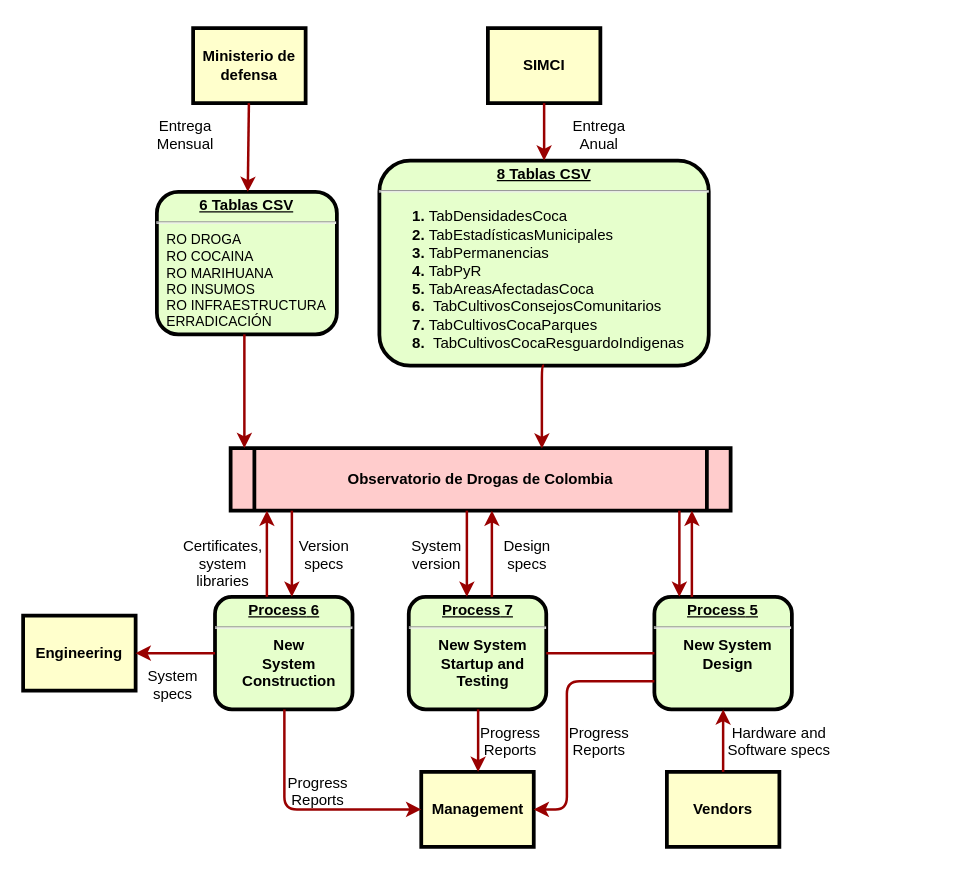
Above: Flujo de infor.drawio in luisedchaf/Drawio (draw.io), before the change. Source tidied: cells renumbered, new cells numbered last; positions are measured from the earlier drawing's top-left corner, leaving out a move shared by most shapes. Both pictures are drawn from the tidied source at 125%, with x=0, y=0 at pixel (22, 28).
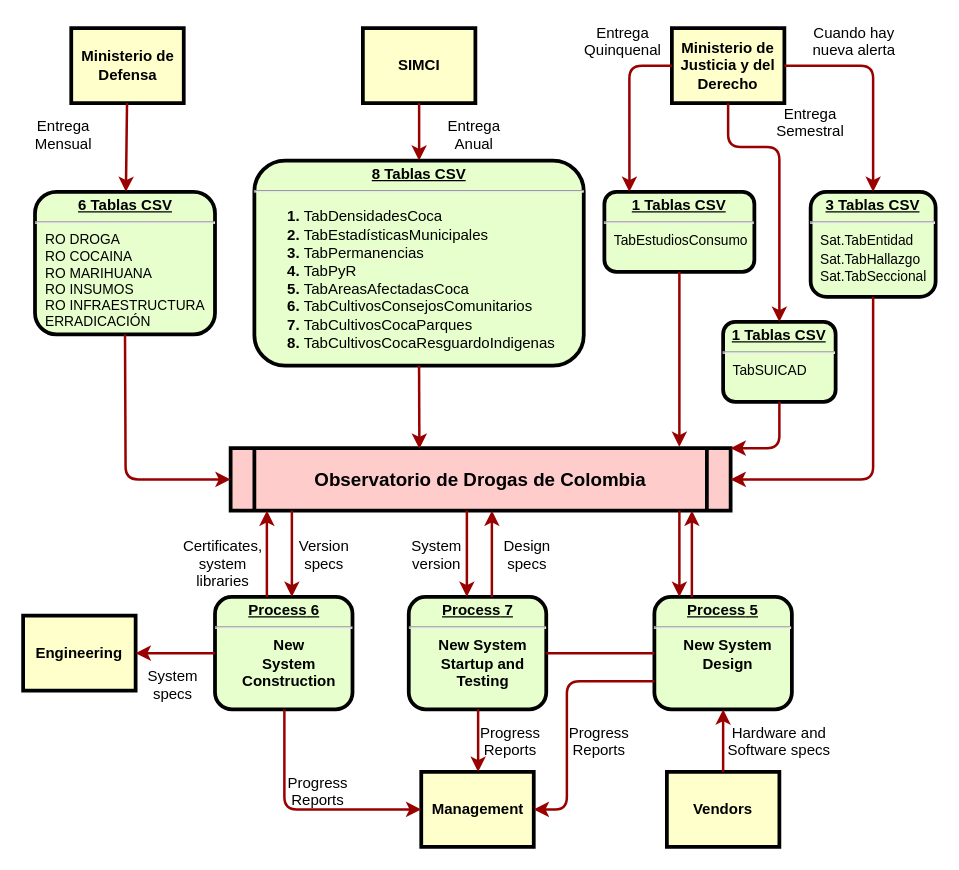
After the change.

Change to the diagram source:
```diff
@@
     <mxCell id="2" value="&lt;p style=&quot;margin: 0px; margin-top: 4px; text-align: center; text-decoration: underline;&quot;&gt;&lt;strong&gt;6 Tablas CSV&lt;/strong&gt;&lt;/p&gt;&lt;hr&gt;&lt;p style=&quot;text-align: left; margin: 0px 0px 0px 8px; font-size: 11px;&quot;&gt;&lt;font style=&quot;font-size: 11px; font-weight: normal;&quot;&gt;RO DROGA&lt;/font&gt;&lt;/p&gt;&lt;p style=&quot;text-align: left; margin: 0px 0px 0px 8px; font-size: 11px;&quot;&gt;&lt;font style=&quot;font-size: 11px; font-weight: normal;&quot;&gt;RO COCAINA&lt;/font&gt;&lt;/p&gt;&lt;p style=&quot;text-align: left; margin: 0px 0px 0px 8px; font-size: 11px;&quot;&gt;&lt;font style=&quot;font-size: 11px; font-weight: normal;&quot;&gt;RO MARIHUANA&lt;/font&gt;&lt;/p&gt;&lt;p style=&quot;text-align: left; margin: 0px 0px 0px 8px; font-size: 11px;&quot;&gt;&lt;font style=&quot;font-size: 11px; font-weight: normal;&quot;&gt;RO INSUMOS&lt;/font&gt;&lt;/p&gt;&lt;p style=&quot;text-align: left; margin: 0px 0px 0px 8px; font-size: 11px;&quot;&gt;&lt;font style=&quot;font-size: 11px; font-weight: normal;&quot;&gt;RO INFRAESTRUCTURA&amp;nbsp;&lt;/font&gt;&lt;/p&gt;&lt;p style=&quot;text-align: left; margin: 0px 0px 0px 8px; font-size: 11px;&quot;&gt;&lt;font style=&quot;font-size: 11px; font-weight: normal;&quot;&gt;ERRADICACIÓN&lt;/font&gt;&lt;/p&gt;" style="verticalAlign=middle;align=center;overflow=fill;fontSize=12;fontFamily=Helvetica;html=1;rounded=1;fontStyle=1;strokeWidth=3;fillColor=#E6FFCC;" parent="1" vertex="1">
-      <mxGeometry x="107" y="131" width="144" height="114" as="geometry" />
+      <mxGeometry x="9.5" y="131" width="144" height="114" as="geometry" />
     </mxCell>
-    <mxCell id="3" value="Ministerio de defensa" style="whiteSpace=wrap;align=center;verticalAlign=middle;fontStyle=1;strokeWidth=3;fillColor=#FFFFCC;" parent="1" vertex="1">
-      <mxGeometry x="136" width="90" height="60" as="geometry" />
+    <mxCell id="3" value="Ministerio de Defensa" style="whiteSpace=wrap;align=center;verticalAlign=middle;fontStyle=1;strokeWidth=3;fillColor=#FFFFCC;" parent="1" vertex="1">
+      <mxGeometry x="38.5" width="90" height="60" as="geometry" />
     </mxCell>
-    <mxCell id="4" value="Observatorio de Drogas de Colombia" style="shape=process;whiteSpace=wrap;align=center;verticalAlign=middle;size=0.0475;fontStyle=1;strokeWidth=3;fillColor=#FFCCCC;" parent="1" vertex="1">
+    <mxCell id="4" value="Observatorio de Drogas de Colombia" style="shape=process;whiteSpace=wrap;align=center;verticalAlign=middle;size=0.0475;fontStyle=1;strokeWidth=3;fillColor=#FFCCCC;fontSize=15;" parent="1" vertex="1">
       <mxGeometry x="166" y="336" width="400" height="50" as="geometry" />
     </mxCell>
@@
     <mxCell id="13" value="Entrega&#10;Mensual" style="text;spacingTop=-5;align=center;" parent="1" vertex="1">
-      <mxGeometry x="115" y="70" width="30" height="20" as="geometry" />
+      <mxGeometry x="17.5" y="70" width="30" height="20" as="geometry" />
     </mxCell>
-    <mxCell id="14" style="edgeStyle=elbowEdgeStyle;elbow=horizontal;strokeColor=#990000;strokeWidth=2;" parent="1" edge="1" source="2">
+    <mxCell id="14" style="edgeStyle=elbowEdgeStyle;elbow=horizontal;strokeColor=#990000;strokeWidth=2;exitX=0.5;exitY=1;exitDx=0;exitDy=0;entryX=0;entryY=0.5;entryDx=0;entryDy=0;" parent="1" edge="1" source="2" target="4">
       <mxGeometry relative="1" as="geometry">
-        <mxPoint x="177" y="336" as="targetPoint" />
         <Array as="points">
-          <mxPoint x="177" y="305" />
+          <mxPoint x="82" y="315" />
         </Array>
       </mxGeometry>
     </mxCell>
@@
-    <mxCell id="35" value="&lt;p style=&quot;margin: 4px 0px 0px; text-decoration: underline;&quot;&gt;&lt;strong style=&quot;&quot;&gt;&lt;font style=&quot;font-size: 12px;&quot;&gt;8 Tablas CSV&lt;/font&gt;&lt;/strong&gt;&lt;/p&gt;&lt;hr style=&quot;text-align: left;&quot;&gt;&lt;p style=&quot;margin: 0px 0px 0px 8px;&quot;&gt;&lt;/p&gt;&lt;ol style=&quot;&quot;&gt;&lt;li style=&quot;text-align: left;&quot;&gt;&lt;span style=&quot;font-weight: normal;&quot;&gt;&lt;font style=&quot;font-size: 12px;&quot;&gt;TabDensidadesCoca&lt;/font&gt;&lt;/span&gt;&lt;/li&gt;&lt;li style=&quot;text-align: left;&quot;&gt;&lt;font style=&quot;font-size: 12px;&quot;&gt;&lt;span style=&quot;font-weight: 400;&quot;&gt;TabEstadísticasMunici&lt;/span&gt;&lt;span style=&quot;font-weight: 400; background-color: initial;&quot;&gt;pales&lt;/span&gt;&lt;/font&gt;&lt;/li&gt;&lt;li style=&quot;text-align: left;&quot;&gt;&lt;span style=&quot;background-color: initial;&quot;&gt;&lt;span style=&quot;font-weight: 400;&quot;&gt;&lt;font style=&quot;font-size: 12px;&quot;&gt;TabPermanencias&lt;/font&gt;&lt;/span&gt;&lt;/span&gt;&lt;/li&gt;&lt;li style=&quot;text-align: left;&quot;&gt;&lt;span style=&quot;background-color: initial;&quot;&gt;&lt;span style=&quot;font-weight: 400;&quot;&gt;&lt;font style=&quot;font-size: 12px;&quot;&gt;TabPyR&lt;/font&gt;&lt;/span&gt;&lt;/span&gt;&lt;/li&gt;&lt;li style=&quot;text-align: left;&quot;&gt;&lt;font style=&quot;font-size: 12px;&quot;&gt;&lt;span style=&quot;font-weight: 400;&quot;&gt;TabAreasAfectadasCo&lt;/span&gt;&lt;span style=&quot;font-weight: 400; background-color: initial;&quot;&gt;ca&lt;/span&gt;&lt;/font&gt;&lt;/li&gt;&lt;li style=&quot;text-align: left;&quot;&gt;&lt;font style=&quot;font-size: 12px;&quot;&gt;&lt;span style=&quot;font-weight: 400;&quot;&gt;&amp;nbsp;TabCultivosConsejos&lt;/span&gt;&lt;span style=&quot;font-weight: 400; background-color: initial;&quot;&gt;Comunitarios&lt;/span&gt;&lt;/font&gt;&lt;/li&gt;&lt;li style=&quot;text-align: left;&quot;&gt;&lt;font style=&quot;font-size: 12px;&quot;&gt;&lt;span style=&quot;font-weight: 400;&quot;&gt;TabCultivosCocaParq&lt;/span&gt;&lt;span style=&quot;font-weight: 400; background-color: initial;&quot;&gt;ues&lt;/span&gt;&lt;/font&gt;&lt;/li&gt;&lt;li style=&quot;text-align: left;&quot;&gt;&lt;font style=&quot;font-size: 12px;&quot;&gt;&lt;span style=&quot;font-weight: 400;&quot;&gt;&amp;nbsp;TabCultivosCocaResg&lt;/span&gt;&lt;span style=&quot;font-weight: 400; background-color: initial;&quot;&gt;uardoIndigenas&lt;/span&gt;&lt;/font&gt;&lt;/li&gt;&lt;/ol&gt;&lt;p&gt;&lt;/p&gt;" style="verticalAlign=middle;align=center;overflow=fill;fontSize=12;fontFamily=Helvetica;html=1;rounded=1;fontStyle=1;strokeWidth=3;fillColor=#E6FFCC;" parent="1" vertex="1">
-      <mxGeometry x="285" y="106" width="263.5" height="164" as="geometry" />
+    <mxCell id="35" value="&lt;p style=&quot;margin: 4px 0px 0px; text-decoration: underline;&quot;&gt;&lt;strong style=&quot;&quot;&gt;&lt;font style=&quot;font-size: 12px;&quot;&gt;8 Tablas CSV&lt;/font&gt;&lt;/strong&gt;&lt;/p&gt;&lt;hr style=&quot;text-align: left;&quot;&gt;&lt;p style=&quot;margin: 0px 0px 0px 8px;&quot;&gt;&lt;/p&gt;&lt;ol style=&quot;&quot;&gt;&lt;li style=&quot;text-align: left;&quot;&gt;&lt;span style=&quot;font-weight: normal;&quot;&gt;&lt;font style=&quot;font-size: 12px;&quot;&gt;TabDensidadesCoca&lt;/font&gt;&lt;/span&gt;&lt;/li&gt;&lt;li style=&quot;text-align: left;&quot;&gt;&lt;font style=&quot;font-size: 12px;&quot;&gt;&lt;span style=&quot;font-weight: 400;&quot;&gt;TabEstadísticasMunici&lt;/span&gt;&lt;span style=&quot;font-weight: 400; background-color: initial;&quot;&gt;pales&lt;/span&gt;&lt;/font&gt;&lt;/li&gt;&lt;li style=&quot;text-align: left;&quot;&gt;&lt;span style=&quot;background-color: initial;&quot;&gt;&lt;span style=&quot;font-weight: 400;&quot;&gt;&lt;font style=&quot;font-size: 12px;&quot;&gt;TabPermanencias&lt;/font&gt;&lt;/span&gt;&lt;/span&gt;&lt;/li&gt;&lt;li style=&quot;text-align: left;&quot;&gt;&lt;span style=&quot;background-color: initial;&quot;&gt;&lt;span style=&quot;font-weight: 400;&quot;&gt;&lt;font style=&quot;font-size: 12px;&quot;&gt;TabPyR&lt;/font&gt;&lt;/span&gt;&lt;/span&gt;&lt;/li&gt;&lt;li style=&quot;text-align: left;&quot;&gt;&lt;font style=&quot;font-size: 12px;&quot;&gt;&lt;span style=&quot;font-weight: 400;&quot;&gt;TabAreasAfectadasCo&lt;/span&gt;&lt;span style=&quot;font-weight: 400; background-color: initial;&quot;&gt;ca&lt;/span&gt;&lt;/font&gt;&lt;/li&gt;&lt;li style=&quot;text-align: left;&quot;&gt;&lt;font style=&quot;font-size: 12px;&quot;&gt;&lt;span style=&quot;font-weight: 400;&quot;&gt;TabCultivosConsejos&lt;/span&gt;&lt;span style=&quot;font-weight: 400; background-color: initial;&quot;&gt;Comunitarios&lt;/span&gt;&lt;/font&gt;&lt;/li&gt;&lt;li style=&quot;text-align: left;&quot;&gt;&lt;font style=&quot;font-size: 12px;&quot;&gt;&lt;span style=&quot;font-weight: 400;&quot;&gt;TabCultivosCocaParq&lt;/span&gt;&lt;span style=&quot;font-weight: 400; background-color: initial;&quot;&gt;ues&lt;/span&gt;&lt;/font&gt;&lt;/li&gt;&lt;li style=&quot;text-align: left;&quot;&gt;&lt;font style=&quot;font-size: 12px;&quot;&gt;&lt;span style=&quot;font-weight: 400;&quot;&gt;TabCultivosCocaResg&lt;/span&gt;&lt;span style=&quot;font-weight: 400; background-color: initial;&quot;&gt;uardoIndigenas&lt;/span&gt;&lt;/font&gt;&lt;/li&gt;&lt;/ol&gt;&lt;p&gt;&lt;/p&gt;" style="verticalAlign=middle;align=center;overflow=fill;fontSize=12;fontFamily=Helvetica;html=1;rounded=1;fontStyle=1;strokeWidth=3;fillColor=#E6FFCC;" parent="1" vertex="1">
+      <mxGeometry x="185" y="106" width="263.5" height="164" as="geometry" />
     </mxCell>
     <mxCell id="36" value="SIMCI" style="whiteSpace=wrap;align=center;verticalAlign=middle;fontStyle=1;strokeWidth=3;fillColor=#FFFFCC;" parent="1" vertex="1">
-      <mxGeometry x="371.8" width="90" height="60" as="geometry" />
+      <mxGeometry x="271.8" width="90" height="60" as="geometry" />
     </mxCell>
     <mxCell id="37" style="edgeStyle=elbowEdgeStyle;elbow=horizontal;strokeColor=#990000;strokeWidth=2;exitX=0.5;exitY=1;exitDx=0;exitDy=0;" parent="1" edge="1" source="36" target="35">
       <mxGeometry relative="1" as="geometry">
         <Array as="points">
-          <mxPoint x="416.8" y="90" />
+          <mxPoint x="316.8" y="90" />
         </Array>
       </mxGeometry>
     </mxCell>
     <mxCell id="38" value="Entrega&#10;Anual" style="text;spacingTop=-5;align=center;" parent="1" vertex="1">
-      <mxGeometry x="446" y="70" width="30" height="20" as="geometry" />
+      <mxGeometry x="346" y="70" width="30" height="20" as="geometry" />
     </mxCell>
+    <mxCell id="40" value="&lt;p style=&quot;margin: 0px; margin-top: 4px; text-align: center; text-decoration: underline;&quot;&gt;&lt;strong&gt;1 Tablas CSV&lt;/strong&gt;&lt;/p&gt;&lt;hr&gt;&lt;p style=&quot;text-align: left; margin: 0px 0px 0px 8px;&quot;&gt;&lt;span style=&quot;font-size: 11px; font-weight: 400;&quot;&gt;TabEstudiosConsumo&lt;/span&gt;&lt;br&gt;&lt;/p&gt;" style="verticalAlign=middle;align=center;overflow=fill;fontSize=12;fontFamily=Helvetica;html=1;rounded=1;fontStyle=1;strokeWidth=3;fillColor=#E6FFCC;" parent="1" vertex="1">
+      <mxGeometry x="465" y="131" width="120" height="64" as="geometry" />
+    </mxCell>
+    <mxCell id="41" value="Ministerio de Justicia y del Derecho" style="whiteSpace=wrap;align=center;verticalAlign=middle;fontStyle=1;strokeWidth=3;fillColor=#FFFFCC;" parent="1" vertex="1">
+      <mxGeometry x="519" width="90" height="60" as="geometry" />
+    </mxCell>
+    <mxCell id="42" value="Entrega&#10;Quinquenal" style="text;spacingTop=-5;align=center;" parent="1" vertex="1">
+      <mxGeometry x="465" y="-5" width="30" height="20" as="geometry" />
+    </mxCell>
+    <mxCell id="43" value="&lt;p style=&quot;margin: 0px; margin-top: 4px; text-align: center; text-decoration: underline;&quot;&gt;&lt;strong&gt;1 Tablas CSV&lt;/strong&gt;&lt;/p&gt;&lt;hr&gt;&lt;p style=&quot;text-align: left; margin: 0px 0px 0px 8px;&quot;&gt;&lt;span style=&quot;font-size: 11px; font-weight: 400;&quot;&gt;TabSUICAD&lt;/span&gt;&lt;br&gt;&lt;/p&gt;" style="verticalAlign=middle;align=center;overflow=fill;fontSize=12;fontFamily=Helvetica;html=1;rounded=1;fontStyle=1;strokeWidth=3;fillColor=#E6FFCC;" parent="1" vertex="1">
+      <mxGeometry x="560" y="235" width="90" height="64" as="geometry" />
+    </mxCell>
+    <mxCell id="44" style="edgeStyle=none;noEdgeStyle=1;strokeColor=#990000;strokeWidth=2;exitX=0.5;exitY=1;exitDx=0;exitDy=0;entryX=0.5;entryY=0;entryDx=0;entryDy=0;" parent="1" edge="1" source="41" target="43">
+      <mxGeometry relative="1" as="geometry">
+        <Array as="points">
+          <mxPoint x="564" y="95" />
+          <mxPoint x="605" y="95" />
+          <mxPoint x="605" y="155" />
+        </Array>
+      </mxGeometry>
+    </mxCell>
+    <mxCell id="45" value="Entrega&#10;Semestral" style="text;spacingTop=-5;align=center;" parent="1" vertex="1">
+      <mxGeometry x="615" y="60" width="30" height="20" as="geometry" />
+    </mxCell>
-    <mxCell id="39" style="edgeStyle=elbowEdgeStyle;elbow=horizontal;strokeColor=#990000;strokeWidth=2;exitX=0.5;exitY=1;exitDx=0;exitDy=0;entryX=0.622;entryY=0.007;entryDx=0;entryDy=0;entryPerimeter=0;" parent="1" edge="1" source="35" target="4">
+    <mxCell id="39" style="edgeStyle=elbowEdgeStyle;elbow=horizontal;strokeColor=#990000;strokeWidth=2;exitX=0.5;exitY=1;exitDx=0;exitDy=0;entryX=0.378;entryY=0.01;entryDx=0;entryDy=0;entryPerimeter=0;" parent="1" edge="1" source="35" target="4">
       <mxGeometry relative="1" as="geometry">
         <Array as="points">
-          <mxPoint x="415" y="305" />
+          <mxPoint x="317" y="305" />
         </Array>
       </mxGeometry>
     </mxCell>
+    <mxCell id="46" value="&lt;p style=&quot;margin: 0px; margin-top: 4px; text-align: center; text-decoration: underline;&quot;&gt;&lt;strong&gt;3 Tablas CSV&lt;/strong&gt;&lt;/p&gt;&lt;hr&gt;&lt;p style=&quot;text-align: left; margin: 0px 0px 0px 8px;&quot;&gt;&lt;span style=&quot;font-size: 11px; font-weight: 400;&quot;&gt;Sat.TabEntidad&lt;/span&gt;&lt;br&gt;&lt;/p&gt;&lt;p style=&quot;text-align: left; margin: 0px 0px 0px 8px;&quot;&gt;&lt;span style=&quot;font-size: 11px; font-weight: 400;&quot;&gt;Sat.TabHallazgo&lt;/span&gt;&lt;br&gt;&lt;/p&gt;&lt;p style=&quot;text-align: left; margin: 0px 0px 0px 8px;&quot;&gt;&lt;span style=&quot;font-size: 11px; font-weight: 400;&quot;&gt;Sat.TabSeccional&lt;/span&gt;&lt;br&gt;&lt;/p&gt;" style="verticalAlign=middle;align=center;overflow=fill;fontSize=12;fontFamily=Helvetica;html=1;rounded=1;fontStyle=1;strokeWidth=3;fillColor=#E6FFCC;" parent="1" vertex="1">
+      <mxGeometry x="630" y="131" width="100" height="84" as="geometry" />
+    </mxCell>
+    <mxCell id="47" style="endArrow=classic;html=1;rounded=1;entryX=1;entryY=0;entryDx=0;entryDy=0;exitX=0.5;exitY=1;exitDx=0;exitDy=0;strokeColor=#990000;strokeWidth=2;curved=0;" parent="1" edge="1" source="43" target="4">
+      <mxGeometry relative="1" as="geometry">
+        <Array as="points">
+          <mxPoint x="605" y="336" />
+        </Array>
+      </mxGeometry>
+    </mxCell>
+    <mxCell id="48" style="endArrow=classic;html=1;rounded=1;entryX=0.5;entryY=0;entryDx=0;entryDy=0;exitX=1;exitY=0.5;exitDx=0;exitDy=0;curved=0;strokeColor=#990000;strokeWidth=2;" parent="1" edge="1" source="41" target="46">
+      <mxGeometry relative="1" as="geometry">
+        <Array as="points">
+          <mxPoint x="680" y="30" />
+        </Array>
+      </mxGeometry>
+    </mxCell>
+    <mxCell id="49" value="Cuando hay&#10;nueva alerta" style="text;spacingTop=-5;align=center;" parent="1" vertex="1">
+      <mxGeometry x="650" y="-5" width="30" height="20" as="geometry" />
+    </mxCell>
+    <mxCell id="50" style="endArrow=classic;html=1;rounded=1;entryX=0.167;entryY=0;entryDx=0;entryDy=0;exitX=0;exitY=0.5;exitDx=0;exitDy=0;curved=0;strokeColor=#990000;strokeWidth=2;entryPerimeter=0;" parent="1" edge="1" source="41" target="40">
+      <mxGeometry relative="1" as="geometry">
+        <Array as="points">
+          <mxPoint x="485" y="30" />
+        </Array>
+      </mxGeometry>
+    </mxCell>
+    <mxCell id="51" style="endArrow=classic;html=1;rounded=1;entryX=1;entryY=0.5;entryDx=0;entryDy=0;exitX=0.5;exitY=1;exitDx=0;exitDy=0;curved=0;strokeColor=#990000;strokeWidth=2;" parent="1" edge="1" source="46" target="4">
+      <mxGeometry relative="1" as="geometry">
+        <Array as="points">
+          <mxPoint x="680" y="361" />
+        </Array>
+      </mxGeometry>
+    </mxCell>
+    <mxCell id="52" style="endArrow=classic;html=1;rounded=0;exitX=0.5;exitY=1;exitDx=0;exitDy=0;strokeColor=#990000;strokeWidth=2;" parent="1" edge="1" source="40">
+      <mxGeometry relative="1" as="geometry">
+        <mxPoint x="525" y="335" as="targetPoint" />
+      </mxGeometry>
+    </mxCell>
```
